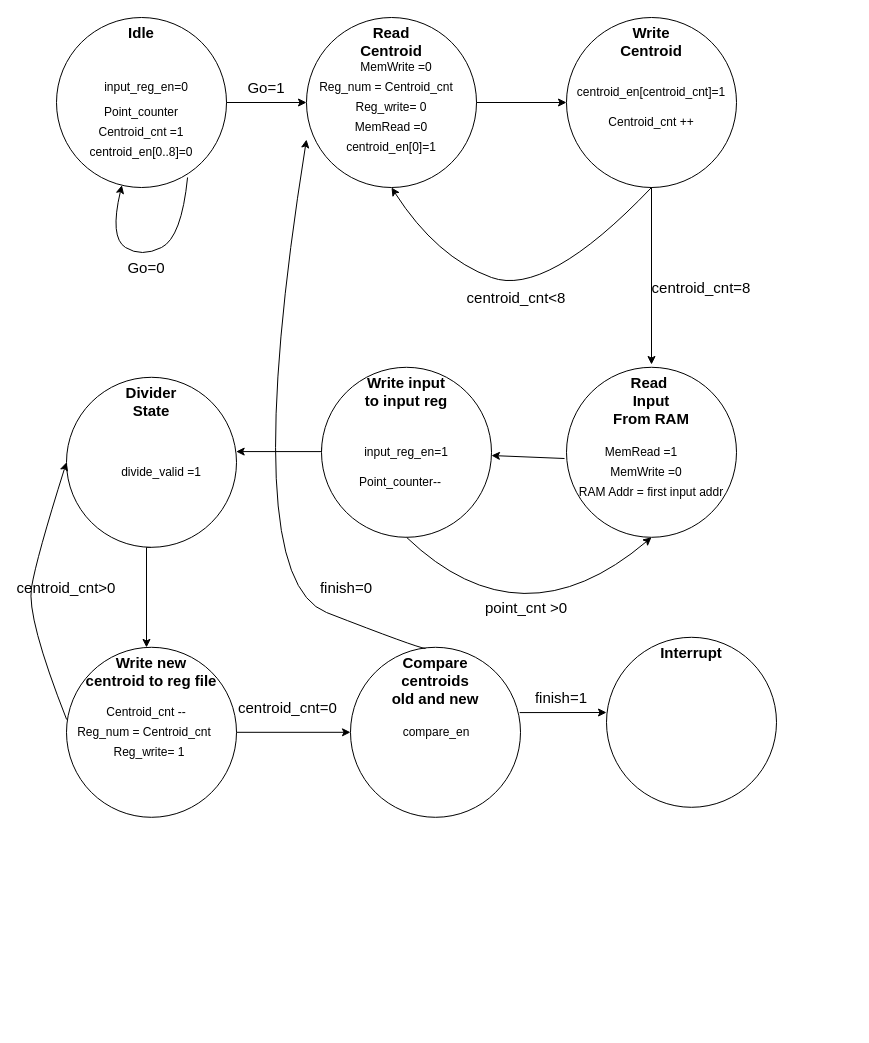
Above: block diagrams/Main pipe state machine.drawio in liotahuf/project_k_means (draw.io), before the change. Source tidied: cells renumbered, new cells numbered last; positions are measured from the earlier drawing's top-left corner, leaving out a move shared by most shapes. Both pictures are drawn from the tidied source at 100%, with x=0, y=0 at pixel (26, 17).
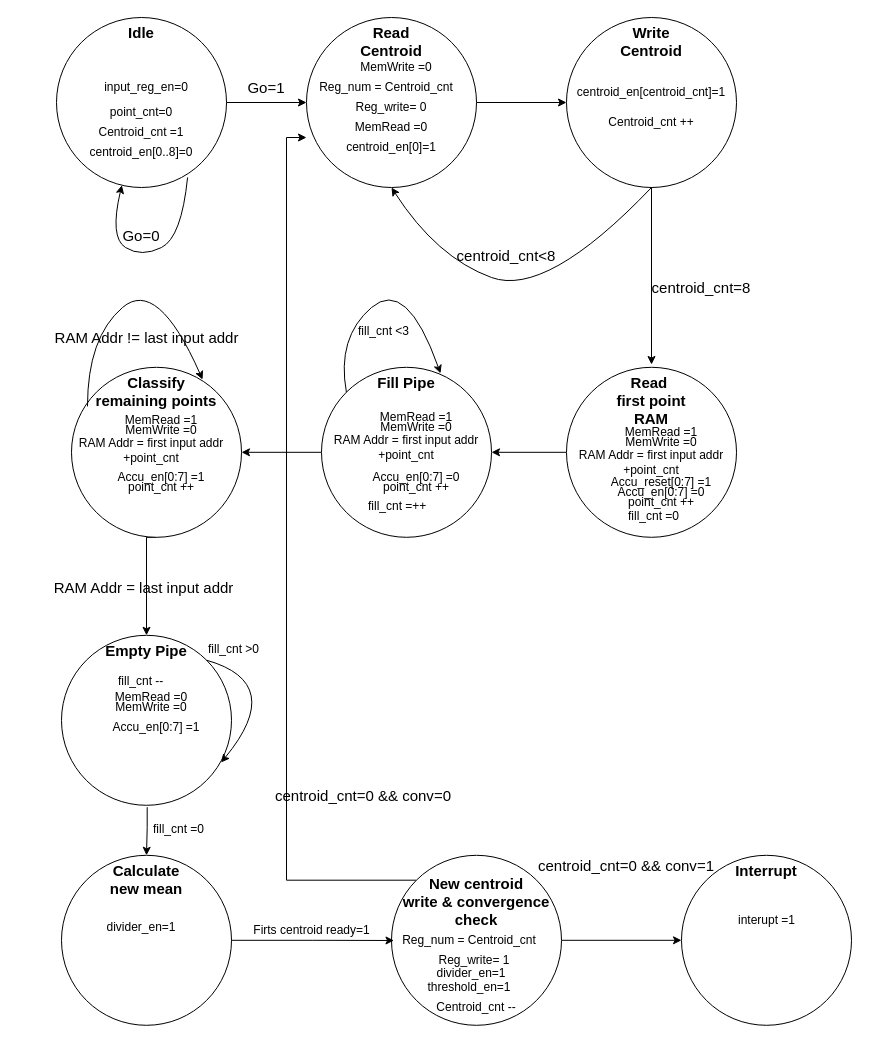
Above is the later version.

Commit message (it also covers changes not shown here):
core controller diagram done

Unchanged cells that the change refers to:
```xml
<mxCell id="5" value="Read&lt;br&gt;Centroid" style="ellipse;whiteSpace=wrap;html=1;verticalAlign=top;fontStyle=1;fontSize=15;" parent="1" vertex="1">
  <mxGeometry x="280" width="170" height="170" as="geometry" />
</mxCell>
```

The edit, as a diff of the source:
```diff
@@
-    <mxCell id="4" value="Point_counter" style="text;html=1;strokeColor=none;fillColor=none;align=center;verticalAlign=middle;whiteSpace=wrap;rounded=0;" parent="1" vertex="1">
+    <mxCell id="4" value="point_cnt=0" style="text;html=1;strokeColor=none;fillColor=none;align=center;verticalAlign=middle;whiteSpace=wrap;rounded=0;" parent="1" vertex="1">
       <mxGeometry x="65" y="85" width="100" height="20" as="geometry" />
     </mxCell>
@@
     <mxCell id="13" value="centroid_cnt&amp;lt;8" style="text;html=1;strokeColor=none;fillColor=none;align=center;verticalAlign=middle;whiteSpace=wrap;rounded=0;fontSize=15;" parent="1" vertex="1">
-      <mxGeometry x="470" y="270" width="40" height="20" as="geometry" />
+      <mxGeometry x="460" y="227.5" width="40" height="20" as="geometry" />
     </mxCell>
@@
     <mxCell id="19" value="Go=0" style="text;html=1;strokeColor=none;fillColor=none;align=center;verticalAlign=middle;whiteSpace=wrap;rounded=0;fontSize=15;" parent="1" vertex="1">
-      <mxGeometry x="100" y="240" width="40" height="20" as="geometry" />
+      <mxGeometry x="95" y="207.5" width="40" height="20" as="geometry" />
     </mxCell>
+    <mxCell id="54" style="edgeStyle=orthogonalEdgeStyle;rounded=0;jettySize=auto;html=1;fontSize=15;" parent="1" edge="1" source="20" target="27">
+      <mxGeometry relative="1" as="geometry" />
+    </mxCell>
-    <mxCell id="20" value="Read&amp;nbsp;&lt;br&gt;Input&lt;br&gt;From RAM&lt;br&gt;" style="ellipse;whiteSpace=wrap;html=1;verticalAlign=top;fontStyle=1;fontSize=15;" parent="1" vertex="1">
+    <mxCell id="20" value="Read&amp;nbsp;&lt;br&gt;first point&lt;br&gt;RAM" style="ellipse;whiteSpace=wrap;html=1;verticalAlign=top;fontStyle=1;fontSize=15;" parent="1" vertex="1">
       <mxGeometry x="540" y="349.8" width="170" height="170" as="geometry" />
     </mxCell>
@@
     <mxCell id="23" value="MemRead =1" style="text;html=1;strokeColor=none;fillColor=none;align=center;verticalAlign=middle;whiteSpace=wrap;rounded=0;" parent="1" vertex="1">
-      <mxGeometry x="540" y="425" width="150" height="20" as="geometry" />
+      <mxGeometry x="560" y="405" width="150" height="20" as="geometry" />
     </mxCell>
     <mxCell id="24" value="MemWrite&amp;nbsp;=0" style="text;html=1;strokeColor=none;fillColor=none;align=center;verticalAlign=middle;whiteSpace=wrap;rounded=0;" parent="1" vertex="1">
-      <mxGeometry x="545" y="445" width="150" height="20" as="geometry" />
+      <mxGeometry x="560" y="415" width="150" height="20" as="geometry" />
     </mxCell>
-    <mxCell id="25" value="RAM Addr = first input addr" style="text;html=1;strokeColor=none;fillColor=none;align=center;verticalAlign=middle;whiteSpace=wrap;rounded=0;" parent="1" vertex="1">
-      <mxGeometry x="550" y="465" width="150" height="20" as="geometry" />
+    <mxCell id="25" value="RAM Addr = first input addr +point_cnt" style="text;html=1;strokeColor=none;fillColor=none;align=center;verticalAlign=middle;whiteSpace=wrap;rounded=0;" parent="1" vertex="1">
+      <mxGeometry x="550" y="435" width="150" height="20" as="geometry" />
     </mxCell>
-    <mxCell id="26" style="edgeStyle=orthogonalEdgeStyle;rounded=0;jettySize=auto;html=1;entryX=0.998;entryY=0.437;entryDx=0;entryDy=0;entryPerimeter=0;fontSize=15;" parent="1" edge="1" target="37">
-      <mxGeometry relative="1" as="geometry">
-        <mxPoint x="295" y="430" as="sourcePoint" />
-        <Array as="points">
-          <mxPoint x="295" y="434" />
-        </Array>
-      </mxGeometry>
-    </mxCell>
+    <mxCell id="55" style="edgeStyle=orthogonalEdgeStyle;rounded=0;jettySize=auto;html=1;fontSize=12;" parent="1" edge="1" source="27" target="57">
+      <mxGeometry relative="1" as="geometry" />
+    </mxCell>
-    <mxCell id="27" value="Write input&lt;br&gt;to input reg" style="ellipse;whiteSpace=wrap;html=1;verticalAlign=top;fontStyle=1;fontSize=15;" parent="1" vertex="1">
+    <mxCell id="27" value="Fill Pipe" style="ellipse;whiteSpace=wrap;html=1;verticalAlign=top;fontStyle=1;fontSize=15;" parent="1" vertex="1">
       <mxGeometry x="295" y="349.8" width="170" height="170" as="geometry" />
     </mxCell>
-    <mxCell id="28" style="endArrow=classic;html=1;fontSize=15;" parent="1" edge="1" target="27">
-      <mxGeometry relative="1" as="geometry">
-        <mxPoint x="538" y="441" as="sourcePoint" />
-      </mxGeometry>
-    </mxCell>
-    <mxCell id="29" value="input_reg_en=1" style="text;html=1;strokeColor=none;fillColor=none;align=center;verticalAlign=middle;whiteSpace=wrap;rounded=0;" parent="1" vertex="1">
-      <mxGeometry x="305" y="425" width="150" height="20" as="geometry" />
-    </mxCell>
+    <mxCell id="56" style="edgeStyle=orthogonalEdgeStyle;rounded=0;jettySize=auto;html=1;exitX=0.5;exitY=1;exitDx=0;exitDy=0;fontSize=12;" parent="1" edge="1" source="57" target="59">
+      <mxGeometry relative="1" as="geometry">
+        <Array as="points">
+          <mxPoint x="120" y="520" />
+        </Array>
+      </mxGeometry>
+    </mxCell>
+    <mxCell id="57" value="Classify&lt;br&gt;remaining points" style="ellipse;whiteSpace=wrap;html=1;verticalAlign=top;fontStyle=1;fontSize=15;" parent="1" vertex="1">
+      <mxGeometry x="45" y="349.8" width="170" height="170" as="geometry" />
+    </mxCell>
+    <mxCell id="58" style="edgeStyle=orthogonalEdgeStyle;rounded=0;jettySize=auto;html=1;fontSize=15;" parent="1" edge="1" target="37">
+      <mxGeometry relative="1" as="geometry">
+        <mxPoint x="120.7" y="789.7" as="sourcePoint" />
+        <Array as="points">
+          <mxPoint x="120" y="810" />
+          <mxPoint x="120" y="810" />
+        </Array>
+      </mxGeometry>
+    </mxCell>
+    <mxCell id="59" value="Empty Pipe" style="ellipse;whiteSpace=wrap;html=1;verticalAlign=top;fontStyle=1;fontSize=15;" parent="1" vertex="1">
+      <mxGeometry x="35" y="617.8" width="170" height="170" as="geometry" />
+    </mxCell>
@@
-    <mxCell id="33" value="Point_counter--" style="text;html=1;strokeColor=none;fillColor=none;align=center;verticalAlign=middle;whiteSpace=wrap;rounded=0;" parent="1" vertex="1">
-      <mxGeometry x="324" y="455" width="100" height="20" as="geometry" />
-    </mxCell>
-    <mxCell id="34" style="curved=1;endArrow=classic;html=1;fontSize=15;entryX=0.5;entryY=1;entryDx=0;entryDy=0;exitX=0.5;exitY=1;exitDx=0;exitDy=0;" parent="1" edge="1" source="27" target="20">
-      <mxGeometry relative="1" as="geometry">
-        <Array as="points">
-          <mxPoint x="495" y="630" />
-        </Array>
-      </mxGeometry>
-    </mxCell>
-    <mxCell id="35" value="point_cnt &amp;gt;0" style="text;html=1;strokeColor=none;fillColor=none;align=center;verticalAlign=middle;whiteSpace=wrap;rounded=0;fontSize=15;" parent="1" vertex="1">
-      <mxGeometry x="455" y="580" width="90" height="20" as="geometry" />
+    <mxCell id="35" value="RAM Addr = last input addr" style="text;html=1;strokeColor=none;fillColor=none;align=center;verticalAlign=middle;whiteSpace=wrap;rounded=0;fontSize=15;" parent="1" vertex="1">
+      <mxGeometry x="15" y="560" width="205" height="20" as="geometry" />
     </mxCell>
-    <mxCell id="36" style="edgeStyle=orthogonalEdgeStyle;rounded=0;jettySize=auto;html=1;exitX=0.5;exitY=1;exitDx=0;exitDy=0;fontSize=15;" parent="1" edge="1" source="37" target="39">
-      <mxGeometry relative="1" as="geometry">
-        <Array as="points">
-          <mxPoint x="120" y="530" />
-        </Array>
-      </mxGeometry>
-    </mxCell>
-    <mxCell id="37" value="Divider&lt;br&gt;State" style="ellipse;whiteSpace=wrap;html=1;verticalAlign=top;fontStyle=1;fontSize=15;" parent="1" vertex="1">
-      <mxGeometry x="40" y="359.8" width="170" height="170" as="geometry" />
-    </mxCell>
-    <mxCell id="38" style="edgeStyle=orthogonalEdgeStyle;rounded=0;jettySize=auto;html=1;exitX=1;exitY=0.5;exitDx=0;exitDy=0;entryX=0;entryY=0.5;entryDx=0;entryDy=0;fontSize=15;" parent="1" edge="1" source="39" target="47">
+    <mxCell id="38" style="edgeStyle=orthogonalEdgeStyle;rounded=0;jettySize=auto;html=1;exitX=1;exitY=0.5;exitDx=0;exitDy=0;entryX=0;entryY=0.5;entryDx=0;entryDy=0;fontSize=15;" parent="1" edge="1" source="39" target="50">
       <mxGeometry relative="1" as="geometry" />
     </mxCell>
+    <mxCell id="60" style="edgeStyle=orthogonalEdgeStyle;rounded=0;jettySize=auto;html=1;exitX=0;exitY=0;exitDx=0;exitDy=0;entryX=0;entryY=0.706;entryDx=0;entryDy=0;entryPerimeter=0;fontSize=12;" parent="1" edge="1" source="39" target="5">
+      <mxGeometry relative="1" as="geometry">
+        <Array as="points">
+          <mxPoint x="260" y="862" />
+          <mxPoint x="260" y="120" />
+        </Array>
+      </mxGeometry>
+    </mxCell>
-    <mxCell id="39" value="Write new&lt;br&gt;centroid to reg file" style="ellipse;whiteSpace=wrap;html=1;verticalAlign=top;fontStyle=1;fontSize=15;" parent="1" vertex="1">
-      <mxGeometry x="40" y="629.8" width="170" height="170" as="geometry" />
+    <mxCell id="39" value="New centroid &lt;br&gt;write &amp;amp; convergence check" style="ellipse;whiteSpace=wrap;html=1;verticalAlign=top;fontStyle=1;fontSize=15;spacingTop=13;" parent="1" vertex="1">
+      <mxGeometry x="365" y="837.8" width="170" height="170" as="geometry" />
     </mxCell>
-    <mxCell id="40" value="centroid_cnt=0" style="text;html=1;fontSize=15;" parent="1" vertex="1">
-      <mxGeometry x="210" y="675" width="120" height="30" as="geometry" />
-    </mxCell>
-    <mxCell id="41" value="divide_valid =1" style="text;html=1;strokeColor=none;fillColor=none;align=center;verticalAlign=middle;whiteSpace=wrap;rounded=0;" parent="1" vertex="1">
-      <mxGeometry x="85" y="445" width="100" height="20" as="geometry" />
-    </mxCell>
-    <mxCell id="42" style="curved=1;endArrow=classic;html=1;fontSize=15;exitX=0.001;exitY=0.425;exitDx=0;exitDy=0;exitPerimeter=0;entryX=0;entryY=0.5;entryDx=0;entryDy=0;" parent="1" edge="1" source="39" target="37">
-      <mxGeometry relative="1" as="geometry">
-        <Array as="points">
-          <mxPoint y="600" />
-          <mxPoint x="10" y="540" />
-        </Array>
-      </mxGeometry>
-    </mxCell>
-    <mxCell id="43" value="centroid_cnt&amp;gt;0" style="text;html=1;strokeColor=none;fillColor=none;align=center;verticalAlign=middle;whiteSpace=wrap;rounded=0;fontSize=15;" parent="1" vertex="1">
-      <mxGeometry x="20" y="560" width="40" height="20" as="geometry" />
-    </mxCell>
-    <mxCell id="44" value="Centroid_cnt --" style="text;html=1;strokeColor=none;fillColor=none;align=center;verticalAlign=middle;whiteSpace=wrap;rounded=0;" parent="1" vertex="1">
-      <mxGeometry x="70" y="685" width="100" height="20" as="geometry" />
-    </mxCell>
     <mxCell id="45" value="Reg_num = Centroid_cnt" style="text;html=1;strokeColor=none;fillColor=none;align=center;verticalAlign=middle;whiteSpace=wrap;rounded=0;" parent="1" vertex="1">
-      <mxGeometry x="42.5" y="705" width="150" height="20" as="geometry" />
+      <mxGeometry x="367.5" y="913" width="150" height="20" as="geometry" />
     </mxCell>
     <mxCell id="46" value="Reg_write= 1" style="text;html=1;strokeColor=none;fillColor=none;align=center;verticalAlign=middle;whiteSpace=wrap;rounded=0;" parent="1" vertex="1">
-      <mxGeometry x="47.5" y="725" width="150" height="20" as="geometry" />
+      <mxGeometry x="372.5" y="933" width="150" height="20" as="geometry" />
     </mxCell>
-    <mxCell id="47" value="Compare&lt;br&gt;centroids&lt;br&gt;old and new" style="ellipse;whiteSpace=wrap;html=1;verticalAlign=top;fontStyle=1;fontSize=15;" parent="1" vertex="1">
-      <mxGeometry x="324" y="629.8" width="170" height="170" as="geometry" />
-    </mxCell>
-    <mxCell id="48" value="compare_en" style="text;html=1;strokeColor=none;fillColor=none;align=center;verticalAlign=middle;whiteSpace=wrap;rounded=0;" parent="1" vertex="1">
-      <mxGeometry x="360" y="705" width="100" height="20" as="geometry" />
-    </mxCell>
-    <mxCell id="49" style="endArrow=classic;html=1;fontSize=15;exitX=0.995;exitY=0.384;exitDx=0;exitDy=0;exitPerimeter=0;" parent="1" edge="1" source="47">
-      <mxGeometry relative="1" as="geometry">
-        <mxPoint x="580" y="695" as="targetPoint" />
-      </mxGeometry>
-    </mxCell>
     <mxCell id="50" value="Interrupt" style="ellipse;whiteSpace=wrap;html=1;verticalAlign=top;fontStyle=1;fontSize=15;" parent="1" vertex="1">
-      <mxGeometry x="580" y="619.8" width="170" height="170" as="geometry" />
+      <mxGeometry x="655" y="837.8" width="170" height="170" as="geometry" />
     </mxCell>
-    <mxCell id="51" style="curved=1;endArrow=classic;html=1;fontSize=15;entryX=0;entryY=0.718;entryDx=0;entryDy=0;entryPerimeter=0;exitX=0.441;exitY=0.007;exitDx=0;exitDy=0;exitPerimeter=0;" parent="1" edge="1" source="47" target="5">
-      <mxGeometry relative="1" as="geometry">
-        <Array as="points">
-          <mxPoint x="390" y="630" />
-          <mxPoint x="210" y="560" />
-        </Array>
-      </mxGeometry>
-    </mxCell>
-    <mxCell id="52" value="finish=1" style="text;html=1;strokeColor=none;fillColor=none;align=center;verticalAlign=middle;whiteSpace=wrap;rounded=0;fontSize=15;" parent="1" vertex="1">
-      <mxGeometry x="490" y="670" width="90" height="20" as="geometry" />
-    </mxCell>
-    <mxCell id="53" value="finish=0" style="text;html=1;strokeColor=none;fillColor=none;align=center;verticalAlign=middle;whiteSpace=wrap;rounded=0;fontSize=15;" parent="1" vertex="1">
-      <mxGeometry x="275" y="560" width="90" height="20" as="geometry" />
+    <mxCell id="53" value="&lt;span style=&quot;text-align: left ; white-space: nowrap&quot;&gt;centroid_cnt=0 &amp;amp;&amp;amp; conv&lt;/span&gt;=0" style="text;html=1;strokeColor=none;fillColor=none;align=center;verticalAlign=middle;whiteSpace=wrap;rounded=0;fontSize=15;" parent="1" vertex="1">
+      <mxGeometry x="224" y="768" width="226" height="20" as="geometry" />
     </mxCell>
+    <mxCell id="61" style="group;" parent="1" vertex="1">
+      <mxGeometry x="35" y="837.8" width="170" height="170" as="geometry" />
+    </mxCell>
+    <mxCell id="37" value="Calculate&lt;br&gt;new mean" style="ellipse;whiteSpace=wrap;html=1;verticalAlign=top;fontStyle=1;fontSize=15;" parent="61" vertex="1">
+      <mxGeometry width="170" height="170" as="geometry" />
+    </mxCell>
+    <mxCell id="62" value="divider_en=1" style="text;html=1;strokeColor=none;fillColor=none;align=center;verticalAlign=middle;whiteSpace=wrap;rounded=0;" parent="61" vertex="1">
+      <mxGeometry x="30" y="62" width="100" height="20" as="geometry" />
+    </mxCell>
+    <mxCell id="63" value="threshold_en=1" style="text;html=1;strokeColor=none;fillColor=none;align=center;verticalAlign=middle;whiteSpace=wrap;rounded=0;" parent="1" vertex="1">
+      <mxGeometry x="393" y="960" width="100" height="20" as="geometry" />
+    </mxCell>
+    <mxCell id="64" value="&lt;span style=&quot;text-align: left ; white-space: nowrap&quot;&gt;centroid_cnt=0 &amp;amp;&amp;amp; conv&lt;/span&gt;=1" style="text;html=1;strokeColor=none;fillColor=none;align=center;verticalAlign=middle;whiteSpace=wrap;rounded=0;fontSize=15;" parent="1" vertex="1">
+      <mxGeometry x="487" y="838" width="226" height="20" as="geometry" />
+    </mxCell>
+    <mxCell id="65" value="Accu_reset[0:7] =1" style="text;html=1;strokeColor=none;fillColor=none;align=center;verticalAlign=middle;whiteSpace=wrap;rounded=0;" parent="1" vertex="1">
+      <mxGeometry x="560" y="455" width="150" height="20" as="geometry" />
+    </mxCell>
+    <mxCell id="66" value="Accu_en[0:7] =0" style="text;html=1;strokeColor=none;fillColor=none;align=center;verticalAlign=middle;whiteSpace=wrap;rounded=0;" parent="1" vertex="1">
+      <mxGeometry x="560" y="465" width="150" height="20" as="geometry" />
+    </mxCell>
+    <mxCell id="67" value="point_cnt ++" style="text;html=1;strokeColor=none;fillColor=none;align=center;verticalAlign=middle;whiteSpace=wrap;rounded=0;" parent="1" vertex="1">
+      <mxGeometry x="560" y="475" width="150" height="20" as="geometry" />
+    </mxCell>
+    <mxCell id="68" value="MemRead =1" style="text;html=1;strokeColor=none;fillColor=none;align=center;verticalAlign=middle;whiteSpace=wrap;rounded=0;" parent="1" vertex="1">
+      <mxGeometry x="315" y="390" width="150" height="20" as="geometry" />
+    </mxCell>
+    <mxCell id="69" value="MemWrite&amp;nbsp;=0" style="text;html=1;strokeColor=none;fillColor=none;align=center;verticalAlign=middle;whiteSpace=wrap;rounded=0;" parent="1" vertex="1">
+      <mxGeometry x="315" y="400" width="150" height="20" as="geometry" />
+    </mxCell>
+    <mxCell id="70" value="RAM Addr = first input addr +point_cnt" style="text;html=1;strokeColor=none;fillColor=none;align=center;verticalAlign=middle;whiteSpace=wrap;rounded=0;" parent="1" vertex="1">
+      <mxGeometry x="305" y="420" width="150" height="20" as="geometry" />
+    </mxCell>
+    <mxCell id="71" value="Accu_en[0:7] =0" style="text;html=1;strokeColor=none;fillColor=none;align=center;verticalAlign=middle;whiteSpace=wrap;rounded=0;" parent="1" vertex="1">
+      <mxGeometry x="315" y="450" width="150" height="20" as="geometry" />
+    </mxCell>
+    <mxCell id="72" value="point_cnt ++" style="text;html=1;strokeColor=none;fillColor=none;align=center;verticalAlign=middle;whiteSpace=wrap;rounded=0;" parent="1" vertex="1">
+      <mxGeometry x="315" y="460" width="150" height="20" as="geometry" />
+    </mxCell>
+    <mxCell id="73" value="fill_cnt =0" style="text;html=1;fontSize=12;" parent="1" vertex="1">
+      <mxGeometry x="600" y="485" width="110" height="30" as="geometry" />
+    </mxCell>
+    <mxCell id="74" value="fill_cnt =++" style="text;html=1;fontSize=12;" parent="1" vertex="1">
+      <mxGeometry x="340" y="475" width="110" height="30" as="geometry" />
+    </mxCell>
+    <mxCell id="75" style="curved=1;endArrow=classic;html=1;fontSize=12;exitX=0;exitY=0;exitDx=0;exitDy=0;entryX=0.7;entryY=0.036;entryDx=0;entryDy=0;entryPerimeter=0;" parent="1" edge="1" source="27" target="27">
+      <mxGeometry relative="1" as="geometry">
+        <Array as="points">
+          <mxPoint x="310" y="320" />
+          <mxPoint x="380" y="260" />
+        </Array>
+      </mxGeometry>
+    </mxCell>
+    <mxCell id="76" value="fill_cnt &amp;lt;3" style="text;html=1;fontSize=12;" parent="1" vertex="1">
+      <mxGeometry x="330" y="300" width="110" height="30" as="geometry" />
+    </mxCell>
+    <mxCell id="77" value="MemRead =1" style="text;html=1;strokeColor=none;fillColor=none;align=center;verticalAlign=middle;whiteSpace=wrap;rounded=0;" parent="1" vertex="1">
+      <mxGeometry x="60" y="392.5" width="150" height="20" as="geometry" />
+    </mxCell>
+    <mxCell id="78" value="MemWrite&amp;nbsp;=0" style="text;html=1;strokeColor=none;fillColor=none;align=center;verticalAlign=middle;whiteSpace=wrap;rounded=0;" parent="1" vertex="1">
+      <mxGeometry x="60" y="402.5" width="150" height="20" as="geometry" />
+    </mxCell>
+    <mxCell id="79" value="RAM Addr = first input addr +point_cnt" style="text;html=1;strokeColor=none;fillColor=none;align=center;verticalAlign=middle;whiteSpace=wrap;rounded=0;" parent="1" vertex="1">
+      <mxGeometry x="50" y="422.5" width="150" height="20" as="geometry" />
+    </mxCell>
+    <mxCell id="80" value="Accu_en[0:7] =1" style="text;html=1;strokeColor=none;fillColor=none;align=center;verticalAlign=middle;whiteSpace=wrap;rounded=0;" parent="1" vertex="1">
+      <mxGeometry x="60" y="450" width="150" height="20" as="geometry" />
+    </mxCell>
+    <mxCell id="81" value="point_cnt ++" style="text;html=1;strokeColor=none;fillColor=none;align=center;verticalAlign=middle;whiteSpace=wrap;rounded=0;" parent="1" vertex="1">
+      <mxGeometry x="60" y="460" width="150" height="20" as="geometry" />
+    </mxCell>
+    <mxCell id="82" style="curved=1;endArrow=classic;html=1;fontSize=12;exitX=0.094;exitY=0.23;exitDx=0;exitDy=0;entryX=0.771;entryY=0.072;entryDx=0;entryDy=0;entryPerimeter=0;exitPerimeter=0;" parent="1" edge="1" source="57" target="57">
+      <mxGeometry relative="1" as="geometry">
+        <Array as="points">
+          <mxPoint x="61" y="320" />
+          <mxPoint x="131" y="260" />
+        </Array>
+      </mxGeometry>
+    </mxCell>
+    <mxCell id="83" value="RAM Addr != last input addr" style="text;html=1;strokeColor=none;fillColor=none;align=center;verticalAlign=middle;whiteSpace=wrap;rounded=0;fontSize=15;" parent="1" vertex="1">
+      <mxGeometry x="17.5" y="310" width="205" height="20" as="geometry" />
+    </mxCell>
+    <mxCell id="84" style="edgeStyle=orthogonalEdgeStyle;rounded=0;jettySize=auto;html=1;exitX=1;exitY=0.5;exitDx=0;exitDy=0;entryX=0;entryY=0.5;entryDx=0;entryDy=0;fontSize=12;" parent="1" edge="1" source="37" target="45">
+      <mxGeometry relative="1" as="geometry" />
+    </mxCell>
+    <mxCell id="85" value="fill_cnt --" style="text;html=1;fontSize=12;" parent="1" vertex="1">
+      <mxGeometry x="90" y="649.5" width="110" height="30" as="geometry" />
+    </mxCell>
+    <mxCell id="86" style="curved=1;endArrow=classic;html=1;fontSize=12;exitX=1;exitY=0;exitDx=0;exitDy=0;entryX=0.939;entryY=0.748;entryDx=0;entryDy=0;entryPerimeter=0;" parent="1" edge="1" source="59" target="59">
+      <mxGeometry relative="1" as="geometry">
+        <Array as="points">
+          <mxPoint x="260" y="665.5" />
+        </Array>
+      </mxGeometry>
+    </mxCell>
+    <mxCell id="87" value="fill_cnt &amp;gt;0" style="text;html=1;fontSize=12;" parent="1" vertex="1">
+      <mxGeometry x="180" y="618" width="110" height="30" as="geometry" />
+    </mxCell>
+    <mxCell id="88" value="fill_cnt =0" style="text;html=1;fontSize=12;" parent="1" vertex="1">
+      <mxGeometry x="125" y="798" width="110" height="30" as="geometry" />
+    </mxCell>
+    <mxCell id="89" value="MemRead =0" style="text;html=1;strokeColor=none;fillColor=none;align=center;verticalAlign=middle;whiteSpace=wrap;rounded=0;" parent="1" vertex="1">
+      <mxGeometry x="50" y="669.5" width="150" height="20" as="geometry" />
+    </mxCell>
+    <mxCell id="90" value="MemWrite&amp;nbsp;=0" style="text;html=1;strokeColor=none;fillColor=none;align=center;verticalAlign=middle;whiteSpace=wrap;rounded=0;" parent="1" vertex="1">
+      <mxGeometry x="50" y="679.5" width="150" height="20" as="geometry" />
+    </mxCell>
+    <mxCell id="91" value="Accu_en[0:7] =1" style="text;html=1;strokeColor=none;fillColor=none;align=center;verticalAlign=middle;whiteSpace=wrap;rounded=0;" parent="1" vertex="1">
+      <mxGeometry x="55" y="699.5" width="150" height="20" as="geometry" />
+    </mxCell>
+    <mxCell id="44" value="Centroid_cnt --" style="text;html=1;strokeColor=none;fillColor=none;align=center;verticalAlign=middle;whiteSpace=wrap;rounded=0;" parent="1" vertex="1">
+      <mxGeometry x="400" y="980" width="100" height="20" as="geometry" />
+    </mxCell>
+    <mxCell id="92" value="Firts centroid ready=1" style="text;html=1;strokeColor=none;fillColor=none;align=center;verticalAlign=middle;whiteSpace=wrap;rounded=0;fontSize=12;" parent="1" vertex="1">
+      <mxGeometry x="217.5" y="903" width="135" height="20" as="geometry" />
+    </mxCell>
+    <mxCell id="41" value="divider_en=1" style="text;html=1;strokeColor=none;fillColor=none;align=center;verticalAlign=middle;whiteSpace=wrap;rounded=0;" parent="1" vertex="1">
+      <mxGeometry x="395" y="946.4" width="100" height="20" as="geometry" />
+    </mxCell>
+    <mxCell id="93" value="interupt =1" style="text;html=1;strokeColor=none;fillColor=none;align=center;verticalAlign=middle;whiteSpace=wrap;rounded=0;fontSize=12;" parent="1" vertex="1">
+      <mxGeometry x="691.5" y="893" width="97" height="20" as="geometry" />
+    </mxCell>
```
